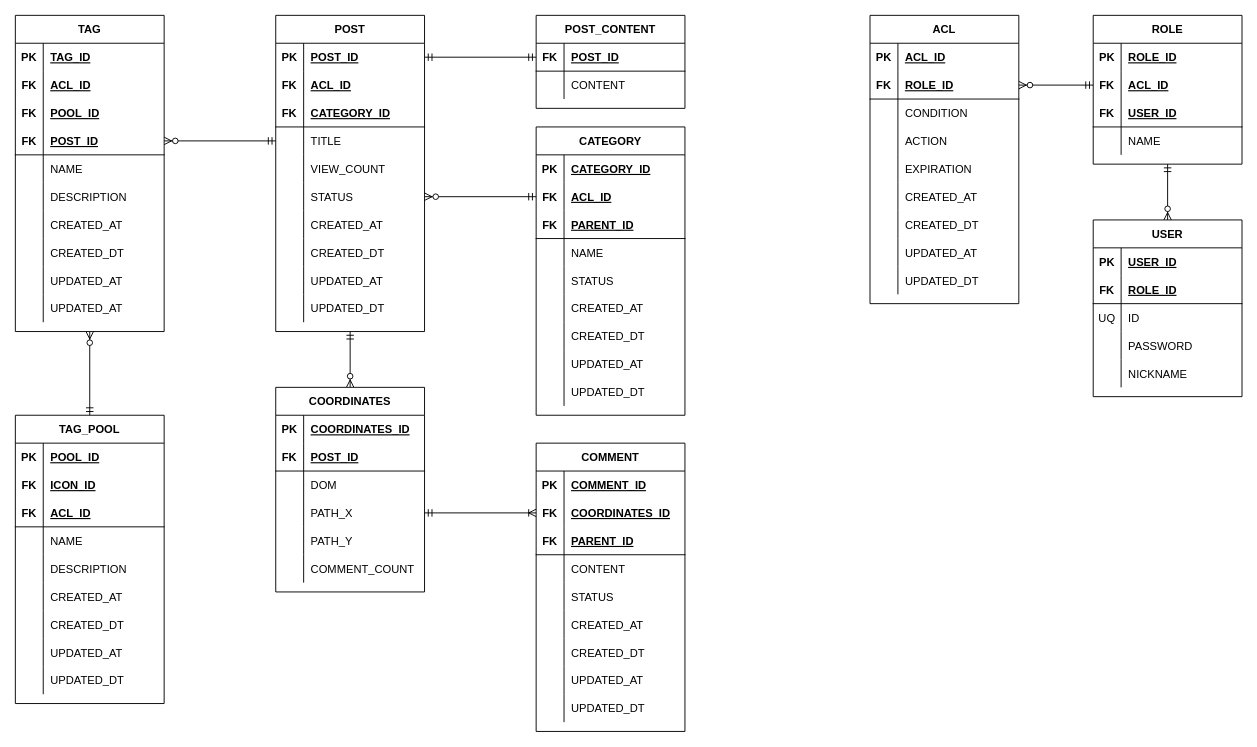
The draw.io diagram erd/Untitled Diagram.drawio in pollra/pudding-back, before the edit. Source tidied: cells renumbered, new cells numbered last; positions are measured from the earlier drawing's top-left corner, leaving out a move shared by most shapes. Both pictures are drawn from the tidied source at 93%, with x=0, y=0 at pixel (15, 15).
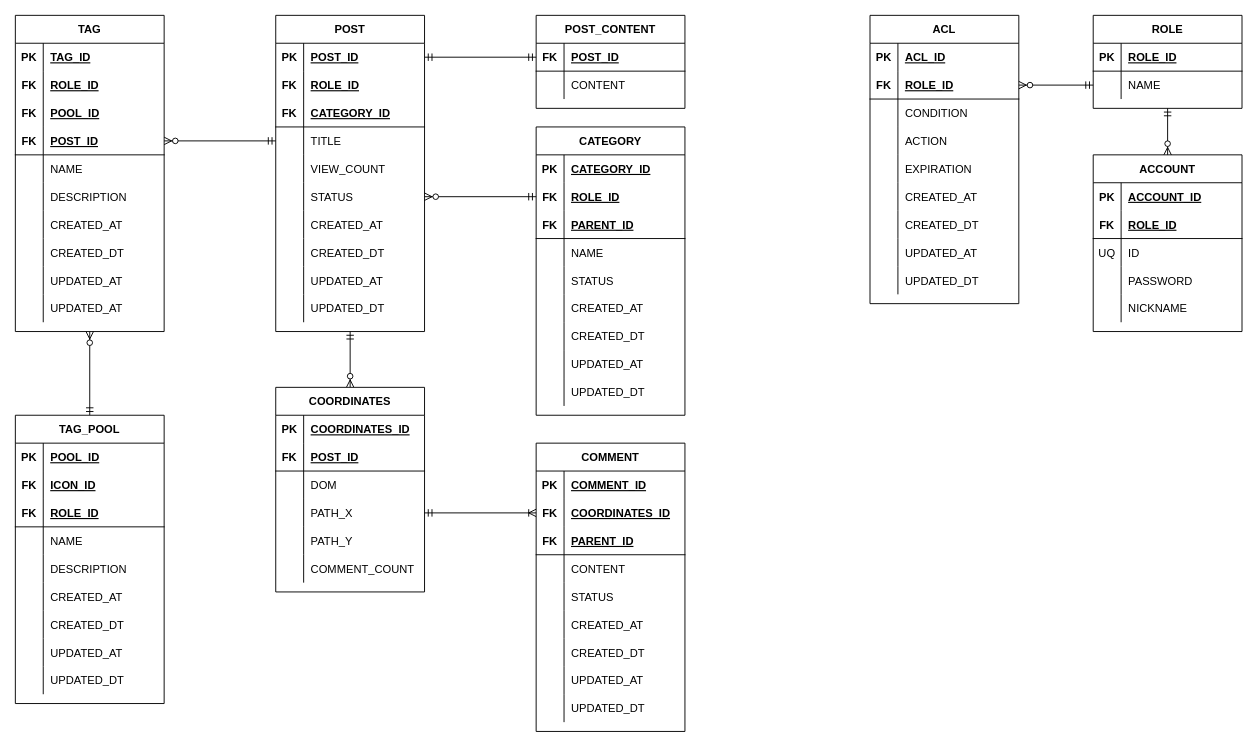
The same page after the edit.

Unchanged cells that the change refers to:
```xml
<mxCell id="6" style="shape=partialRectangle;fillColor=none;top=0;left=0;bottom=0;right=0;" parent="2" vertex="1">
  <mxGeometry y="60" width="160" height="30" as="geometry" />
</mxCell>
<mxCell id="40" style="shape=partialRectangle;fillColor=none;top=0;left=0;bottom=0;right=0;" parent="36" vertex="1">
  <mxGeometry y="60" width="160" height="30" as="geometry" />
</mxCell>
<mxCell id="75" style="shape=partialRectangle;fillColor=none;top=0;left=0;bottom=1;right=0;" parent="68" vertex="1">
  <mxGeometry y="90" width="160" height="30" as="geometry" />
</mxCell>
<mxCell id="108" style="shape=partialRectangle;fillColor=none;top=0;left=0;bottom=0;right=0;points=[[0,0.5],[1,0.5]];portConstraint=eastwest;fontStyle=1;" parent="104" vertex="1">
  <mxGeometry y="60" width="160" height="30" as="geometry" />
</mxCell>
<mxCell id="184" style="shape=partialRectangle;fillColor=none;top=0;left=0;bottom=1;right=0;points=[[0,0.5],[1,0.5]];portConstraint=eastwest;" parent="180" vertex="1">
  <mxGeometry y="60" width="160" height="30" as="geometry" />
</mxCell>
<mxCell id="222" style="shape=partialRectangle;fillColor=none;top=0;left=0;bottom=0;right=0;" parent="221" vertex="1">
  <mxGeometry y="30" width="160" height="30" as="geometry" />
</mxCell>
```

What changed in the source:
```diff
@@
-    <mxCell id="8" value="ACL_ID" style="shape=partialRectangle;fillColor=none;top=0;left=0;bottom=0;right=0;align=left;spacingLeft=6;overflow=hidden;fontStyle=5;" parent="6" vertex="1">
+    <mxCell id="8" value="ROLE_ID" style="shape=partialRectangle;fillColor=none;top=0;left=0;bottom=0;right=0;align=left;spacingLeft=6;overflow=hidden;fontStyle=5;" parent="6" vertex="1">
       <mxGeometry x="30" width="130" height="30" as="geometry" />
     </mxCell>
@@
-    <mxCell id="42" value="ACL_ID" style="shape=partialRectangle;fillColor=none;top=0;left=0;bottom=0;right=0;align=left;spacingLeft=6;overflow=hidden;fontStyle=5;" parent="40" vertex="1">
+    <mxCell id="42" value="ROLE_ID" style="shape=partialRectangle;fillColor=none;top=0;left=0;bottom=0;right=0;align=left;spacingLeft=6;overflow=hidden;fontStyle=5;" parent="40" vertex="1">
       <mxGeometry x="30" width="130" height="30" as="geometry" />
     </mxCell>
@@
-    <mxCell id="77" value="ACL_ID" style="shape=partialRectangle;fillColor=none;top=0;left=0;bottom=0;right=0;align=left;spacingLeft=6;fontStyle=5;overflow=hidden;" parent="75" vertex="1">
+    <mxCell id="77" value="ROLE_ID" style="shape=partialRectangle;fillColor=none;top=0;left=0;bottom=0;right=0;align=left;spacingLeft=6;fontStyle=5;overflow=hidden;" parent="75" vertex="1">
       <mxGeometry x="30" width="130" height="30" as="geometry" />
     </mxCell>
@@
-    <mxCell id="110" value="ACL_ID" style="shape=partialRectangle;fillColor=none;top=0;left=0;bottom=0;right=0;align=left;spacingLeft=6;overflow=hidden;fontStyle=5;" parent="108" vertex="1">
+    <mxCell id="110" value="ROLE_ID" style="shape=partialRectangle;fillColor=none;top=0;left=0;bottom=0;right=0;align=left;spacingLeft=6;overflow=hidden;fontStyle=5;" parent="108" vertex="1">
       <mxGeometry x="30" width="130" height="30" as="geometry" />
     </mxCell>
@@
     <mxCell id="208" value="ROLE" style="shape=table;startSize=30;childLayout=tableLayout;rowLines=0;fontStyle=1;align=center;" parent="1" vertex="1">
-      <mxGeometry x="1159" width="160" height="160" as="geometry" />
+      <mxGeometry x="1159" width="160" height="100" as="geometry" />
     </mxCell>
-    <mxCell id="209" style="shape=partialRectangle;fillColor=none;top=0;left=0;bottom=0;right=0;" parent="208" vertex="1">
-      <mxGeometry y="30" width="160" height="30" as="geometry" />
-    </mxCell>
-    <mxCell id="210" value="PK" style="shape=partialRectangle;fillColor=none;top=0;left=0;bottom=0;right=0;fontStyle=1;overflow=hidden;" parent="209" vertex="1">
-      <mxGeometry width="30" height="30" as="geometry" />
-    </mxCell>
-    <mxCell id="211" value="ROLE_ID" style="shape=partialRectangle;fillColor=none;top=0;left=0;bottom=0;right=0;align=left;spacingLeft=6;fontStyle=5;overflow=hidden;" parent="209" vertex="1">
-      <mxGeometry x="30" width="130" height="30" as="geometry" />
-    </mxCell>
-    <mxCell id="212" style="shape=partialRectangle;fillColor=none;top=0;left=0;bottom=0;right=0;points=[[0,0.5],[1,0.5]];portConstraint=eastwest;" parent="208" vertex="1">
-      <mxGeometry y="60" width="160" height="30" as="geometry" />
-    </mxCell>
-    <mxCell id="213" value="FK" style="shape=partialRectangle;fillColor=none;top=0;left=0;bottom=0;right=0;overflow=hidden;fontStyle=1;" parent="212" vertex="1">
-      <mxGeometry width="30" height="30" as="geometry" />
-    </mxCell>
-    <mxCell id="214" value="ACL_ID" style="shape=partialRectangle;fillColor=none;top=0;left=0;bottom=0;right=0;align=left;spacingLeft=6;overflow=hidden;fontStyle=5;" parent="212" vertex="1">
-      <mxGeometry x="30" width="130" height="30" as="geometry" />
-    </mxCell>
     <mxCell id="215" style="shape=partialRectangle;fillColor=none;top=0;left=0;bottom=1;right=0;" parent="208" vertex="1">
-      <mxGeometry y="90" width="160" height="30" as="geometry" />
+      <mxGeometry y="30" width="160" height="30" as="geometry" />
     </mxCell>
-    <mxCell id="216" value="FK" style="shape=partialRectangle;fillColor=none;top=0;left=0;bottom=0;right=0;fontStyle=1;overflow=hidden;" parent="215" vertex="1">
+    <mxCell id="216" value="PK" style="shape=partialRectangle;fillColor=none;top=0;left=0;bottom=0;right=0;fontStyle=1;overflow=hidden;" parent="215" vertex="1">
       <mxGeometry width="30" height="30" as="geometry" />
     </mxCell>
-    <mxCell id="217" value="USER_ID" style="shape=partialRectangle;fillColor=none;top=0;left=0;bottom=0;right=0;align=left;spacingLeft=6;fontStyle=5;overflow=hidden;" parent="215" vertex="1">
+    <mxCell id="217" value="ROLE_ID" style="shape=partialRectangle;fillColor=none;top=0;left=0;bottom=0;right=0;align=left;spacingLeft=6;fontStyle=5;overflow=hidden;" parent="215" vertex="1">
       <mxGeometry x="30" width="130" height="30" as="geometry" />
     </mxCell>
     <mxCell id="218" style="shape=partialRectangle;fillColor=none;top=0;left=0;bottom=0;right=0;" parent="208" vertex="1">
-      <mxGeometry y="120" width="160" height="30" as="geometry" />
+      <mxGeometry y="60" width="160" height="30" as="geometry" />
     </mxCell>
@@
-    <mxCell id="221" value="USER" style="shape=table;startSize=30;childLayout=tableLayout;rowLines=0;fontStyle=1;align=center;" parent="1" vertex="1">
-      <mxGeometry x="1159" y="220" width="160" height="190" as="geometry" />
+    <mxCell id="221" value="ACCOUNT" style="shape=table;startSize=30;childLayout=tableLayout;rowLines=0;fontStyle=1;align=center;" parent="1" vertex="1">
+      <mxGeometry x="1159" y="150" width="160" height="190" as="geometry" />
     </mxCell>
@@
-    <mxCell id="224" value="USER_ID" style="shape=partialRectangle;fillColor=none;top=0;left=0;bottom=0;right=0;align=left;spacingLeft=6;fontStyle=5;overflow=hidden;" parent="222" vertex="1">
+    <mxCell id="224" value="ACCOUNT_ID" style="shape=partialRectangle;fillColor=none;top=0;left=0;bottom=0;right=0;align=left;spacingLeft=6;fontStyle=5;overflow=hidden;" parent="222" vertex="1">
       <mxGeometry x="30" width="130" height="30" as="geometry" />
     </mxCell>
@@
-    <mxCell id="238" style="fontSize=12;html=1;endArrow=ERzeroToMany;startArrow=ERmandOne;entryX=1;entryY=0.5;entryDx=0;entryDy=0;exitX=0;exitY=0.5;exitDx=0;exitDy=0;" parent="1" edge="1" source="212" target="184">
-      <mxGeometry relative="1" as="geometry" />
+    <mxCell id="238" style="fontSize=12;html=1;endArrow=ERzeroToMany;startArrow=ERmandOne;entryX=1;entryY=0.5;entryDx=0;entryDy=0;exitX=0;exitY=0.5;exitDx=0;exitDy=0;" parent="1" edge="1" target="184">
+      <mxGeometry relative="1" as="geometry">
+        <mxPoint x="1159" y="75" as="sourcePoint" />
+      </mxGeometry>
     </mxCell>
```
